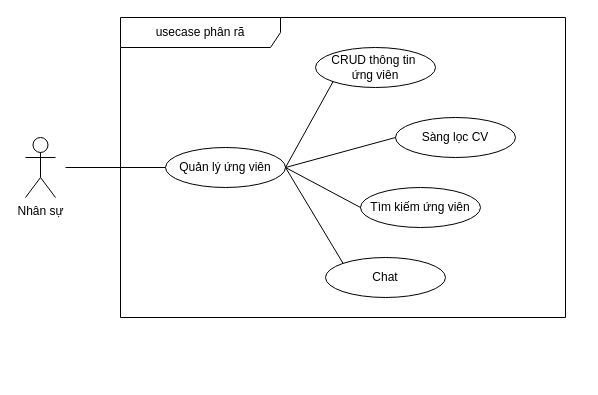
This is design/draw/nhân_sự/quanlyungvien.dio from nmtun/datn_hust_2026, a draw.io file, before an edit. Source tidied: cells renumbered, new cells numbered last; positions are measured from the earlier drawing's top-left corner, leaving out a move shared by most shapes. Both pictures are drawn from the tidied source at 100%, with x=0, y=0 at pixel (25, 17).
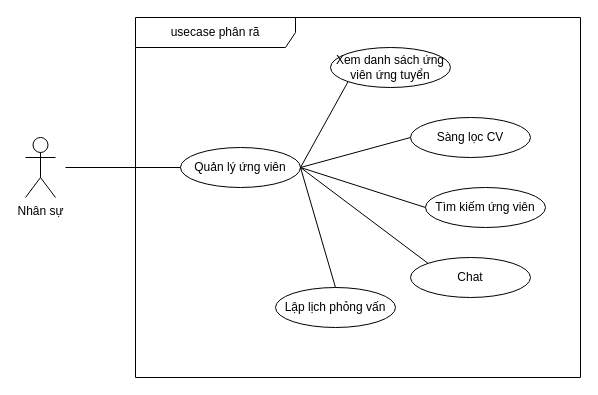
Above is the later version.

What changed in the source:
```diff
@@
 <mxGraphModel>
   <root>
     <mxCell id="0" />
     <mxCell id="1" parent="0" />
     <mxCell id="2" value="usecase phân rã" style="shape=umlFrame;whiteSpace=wrap;html=1;width=160;" parent="1" vertex="1">
-      <mxGeometry x="95" width="445" height="300" as="geometry" />
+      <mxGeometry x="110" width="445" height="360" as="geometry" />
     </mxCell>
     <mxCell id="3" value="Quản lý ứng viên" style="ellipse;whiteSpace=wrap;html=1;" parent="2" vertex="1">
       <mxGeometry x="45" y="130" width="120" height="40" as="geometry" />
     </mxCell>
-    <mxCell id="4" value="CRUD thông tin&amp;nbsp;&lt;div&gt;ứng viên&lt;/div&gt;" style="ellipse;whiteSpace=wrap;html=1;" parent="2" vertex="1">
+    <mxCell id="4" value="Xem danh sách ứng viên ứng tuyển" style="ellipse;whiteSpace=wrap;html=1;" parent="2" vertex="1">
       <mxGeometry x="195" y="30" width="120" height="40" as="geometry" />
     </mxCell>
     <mxCell id="5" value="Tìm kiếm ứng viên" style="ellipse;whiteSpace=wrap;html=1;" parent="2" vertex="1">
-      <mxGeometry x="240" y="170" width="120" height="40" as="geometry" />
+      <mxGeometry x="290" y="170" width="120" height="40" as="geometry" />
     </mxCell>
     <mxCell id="6" style="endArrow=none;startArrow=none;endFill=0;startFill=0;endSize=8;html=1;verticalAlign=bottom;labelBackgroundColor=none;strokeWidth=1;entryX=0;entryY=1;entryDx=0;entryDy=0;exitX=1;exitY=0.5;exitDx=0;exitDy=0;" parent="2" edge="1" source="3" target="4">
       <mxGeometry relative="1" as="geometry" />
     </mxCell>
     <mxCell id="7" style="endArrow=none;startArrow=none;endFill=0;startFill=0;endSize=8;html=1;verticalAlign=bottom;labelBackgroundColor=none;strokeWidth=1;entryX=0;entryY=0.5;entryDx=0;entryDy=0;exitX=1;exitY=0.5;exitDx=0;exitDy=0;" parent="2" edge="1" source="3" target="5">
       <mxGeometry relative="1" as="geometry" />
     </mxCell>
     <mxCell id="8" value="Chat" style="ellipse;whiteSpace=wrap;html=1;" parent="2" vertex="1">
-      <mxGeometry x="205" y="240" width="120" height="40" as="geometry" />
+      <mxGeometry x="275" y="240" width="120" height="40" as="geometry" />
     </mxCell>
     <mxCell id="9" style="endArrow=none;startArrow=none;endFill=0;startFill=0;endSize=8;html=1;verticalAlign=bottom;labelBackgroundColor=none;strokeWidth=1;entryX=0;entryY=0;entryDx=0;entryDy=0;exitX=1;exitY=0.5;exitDx=0;exitDy=0;" parent="2" edge="1" source="3" target="8">
       <mxGeometry relative="1" as="geometry" />
     </mxCell>
     <mxCell id="10" value="Sàng lọc CV" style="ellipse;whiteSpace=wrap;html=1;" parent="2" vertex="1">
       <mxGeometry x="275" y="100" width="120" height="40" as="geometry" />
     </mxCell>
+    <mxCell id="14" value="Lập lịch phỏng vấn" style="ellipse;whiteSpace=wrap;html=1;" parent="2" vertex="1">
+      <mxGeometry x="140" y="270" width="120" height="40" as="geometry" />
+    </mxCell>
+    <mxCell id="15" style="endArrow=none;startArrow=none;endFill=0;startFill=0;endSize=8;html=1;verticalAlign=bottom;labelBackgroundColor=none;strokeWidth=1;entryX=0.5;entryY=0;entryDx=0;entryDy=0;exitX=1;exitY=0.5;exitDx=0;exitDy=0;" parent="2" edge="1" source="3" target="14">
+      <mxGeometry relative="1" as="geometry" />
+    </mxCell>
+    <mxCell id="13" style="endArrow=none;startArrow=none;endFill=0;startFill=0;endSize=8;html=1;verticalAlign=bottom;labelBackgroundColor=none;strokeWidth=1;entryX=0;entryY=0.5;entryDx=0;entryDy=0;exitX=1;exitY=0.5;exitDx=0;exitDy=0;" parent="2" edge="1" source="3" target="10">
+      <mxGeometry relative="1" as="geometry" />
+    </mxCell>
     <mxCell id="11" value="Nhân sự" style="shape=umlActor;verticalLabelPosition=bottom;verticalAlign=top;html=1;" parent="1" vertex="1">
       <mxGeometry y="120" width="30" height="60" as="geometry" />
     </mxCell>
     <mxCell id="12" style="endArrow=none;startArrow=none;endFill=0;startFill=0;endSize=8;html=1;verticalAlign=bottom;labelBackgroundColor=none;strokeWidth=1;entryX=0;entryY=0.5;entryDx=0;entryDy=0;" parent="1" edge="1" target="3">
       <mxGeometry relative="1" as="geometry">
         <mxPoint x="40" y="150" as="sourcePoint" />
       </mxGeometry>
     </mxCell>
-    <mxCell id="13" style="endArrow=none;startArrow=none;endFill=0;startFill=0;endSize=8;html=1;verticalAlign=bottom;labelBackgroundColor=none;strokeWidth=1;entryX=0;entryY=0.5;entryDx=0;entryDy=0;" parent="1" edge="1" target="10">
-      <mxGeometry relative="1" as="geometry">
-        <mxPoint x="260" y="150" as="sourcePoint" />
-      </mxGeometry>
-    </mxCell>
   </root>
 </mxGraphModel>
```
